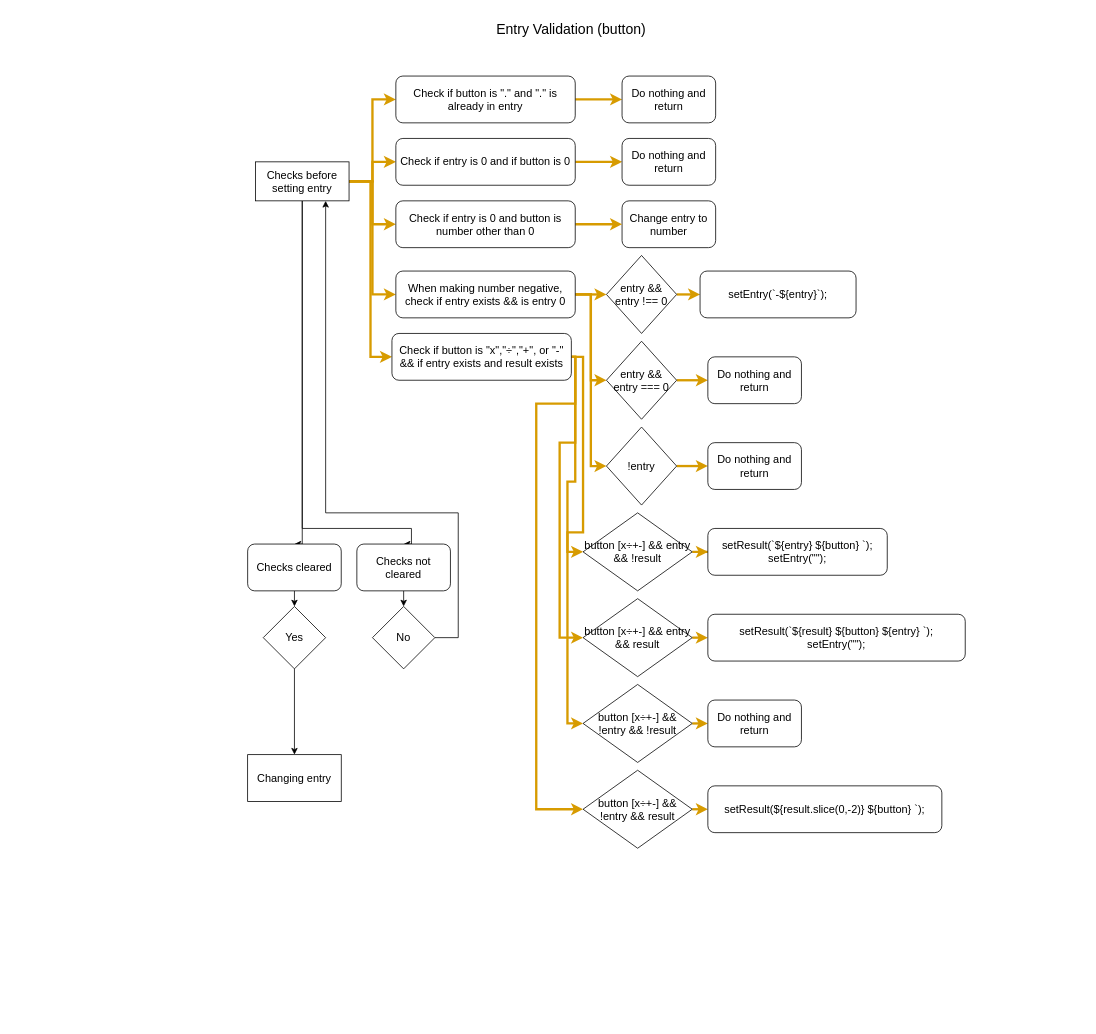
This is Reactive-Calculator-Diagram.drawio from Joeseff6/Reactive-Calculator, a draw.io file, before an edit. Source tidied: cells renumbered, new cells numbered last; positions are measured from the earlier drawing's top-left corner, leaving out a move shared by most shapes. Both pictures are drawn from the tidied source at 78%, with x=0, y=0 at pixel (247, 13).
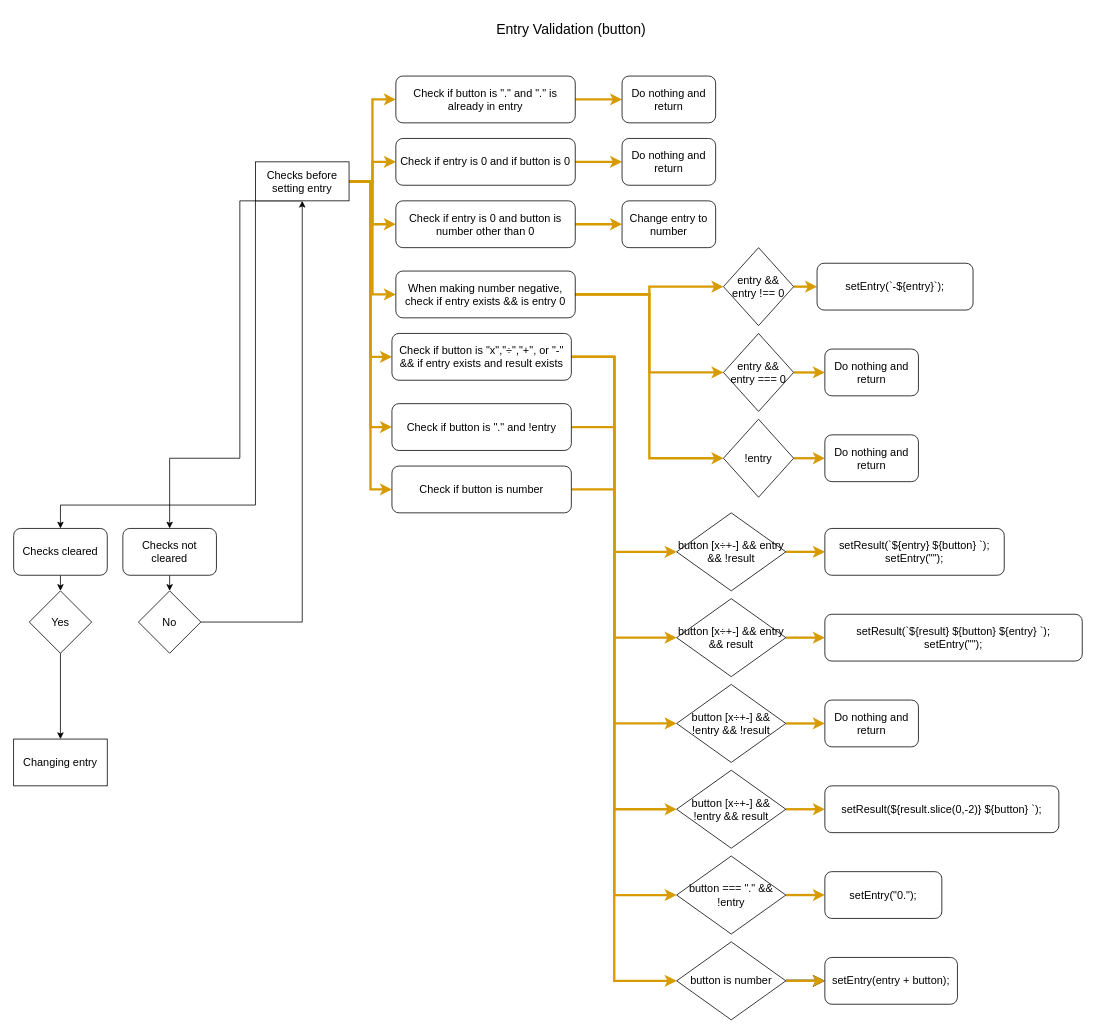
The same diagram, later.

Unchanged cells that the change refers to:
```xml
<mxCell id="10" value="Checks before setting entry" style="rounded=0;whiteSpace=wrap;html=1;fontSize=14;" parent="1" vertex="1">
  <mxGeometry x="10" y="190" width="120" height="50" as="geometry" />
</mxCell>
<mxCell id="46" value="Check if button is &quot;x&quot;,&quot;÷&quot;,&quot;+&quot;, or &quot;-&quot; &amp;amp;&amp;amp; if entry exists and result exists" style="rounded=1;whiteSpace=wrap;html=1;fontSize=14;" parent="1" vertex="1">
  <mxGeometry x="185" y="410" width="230" height="60" as="geometry" />
</mxCell>
```

The edit, as a diff of the source:
```diff
@@
     <mxCell id="7" style="edgeStyle=orthogonalEdgeStyle;rounded=0;jettySize=auto;html=1;entryX=0.5;entryY=0;entryDx=0;entryDy=0;fontSize=14;" parent="1" edge="1" source="10" target="34">
       <mxGeometry relative="1" as="geometry">
         <Array as="points">
-          <mxPoint x="70" y="680" />
+          <mxPoint x="10" y="630" />
+          <mxPoint x="-240" y="630" />
         </Array>
       </mxGeometry>
     </mxCell>
     <mxCell id="8" style="edgeStyle=orthogonalEdgeStyle;rounded=0;jettySize=auto;html=1;exitX=0.5;exitY=1;exitDx=0;exitDy=0;entryX=0.5;entryY=0;entryDx=0;entryDy=0;fontSize=14;" parent="1" edge="1" source="10" target="36">
       <mxGeometry relative="1" as="geometry">
         <Array as="points">
-          <mxPoint x="70" y="660" />
-          <mxPoint x="210" y="660" />
-          <mxPoint x="210" y="680" />
+          <mxPoint x="-10" y="240" />
+          <mxPoint x="-10" y="570" />
+          <mxPoint x="-100" y="570" />
         </Array>
       </mxGeometry>
     </mxCell>
@@
+    <mxCell id="59" style="edgeStyle=orthogonalEdgeStyle;rounded=0;jettySize=auto;html=1;exitX=1;exitY=0.5;exitDx=0;exitDy=0;entryX=0;entryY=0.5;entryDx=0;entryDy=0;fontSize=14;strokeWidth=3;fillColor=#ffe6cc;strokeColor=#d79b00;" parent="1" edge="1" source="10" target="62">
+      <mxGeometry relative="1" as="geometry" />
+    </mxCell>
+    <mxCell id="60" style="edgeStyle=orthogonalEdgeStyle;rounded=0;jettySize=auto;html=1;exitX=1;exitY=0.5;exitDx=0;exitDy=0;entryX=0;entryY=0.5;entryDx=0;entryDy=0;fontSize=14;strokeWidth=3;fillColor=#ffe6cc;strokeColor=#d79b00;" parent="1" edge="1" source="10" target="67">
+      <mxGeometry relative="1" as="geometry" />
+    </mxCell>
@@
     <mxCell id="19" value="entry &amp;amp;&amp;amp; entry !== 0" style="rhombus;whiteSpace=wrap;html=1;fontSize=14;" parent="1" vertex="1">
-      <mxGeometry x="460" y="310" width="90" height="100" as="geometry" />
+      <mxGeometry x="610" y="300" width="90" height="100" as="geometry" />
     </mxCell>
@@
     <mxCell id="27" value="entry &amp;amp;&amp;amp; entry === 0" style="rhombus;whiteSpace=wrap;html=1;fontSize=14;" parent="1" vertex="1">
-      <mxGeometry x="460" y="420" width="90" height="100" as="geometry" />
+      <mxGeometry x="610" y="410" width="90" height="100" as="geometry" />
     </mxCell>
     <mxCell id="28" value="setEntry(`-${entry}`);" style="rounded=1;whiteSpace=wrap;html=1;fontSize=14;" parent="1" vertex="1">
-      <mxGeometry x="580" y="330" width="200" height="60" as="geometry" />
+      <mxGeometry x="730" y="320" width="200" height="60" as="geometry" />
     </mxCell>
     <mxCell id="29" value="Do nothing and return" style="rounded=1;whiteSpace=wrap;html=1;fontSize=14;" parent="1" vertex="1">
-      <mxGeometry x="590" y="440" width="120" height="60" as="geometry" />
+      <mxGeometry x="740" y="430" width="120" height="60" as="geometry" />
     </mxCell>
@@
     <mxCell id="31" value="!entry" style="rhombus;whiteSpace=wrap;html=1;fontSize=14;" parent="1" vertex="1">
-      <mxGeometry x="460" y="530" width="90" height="100" as="geometry" />
+      <mxGeometry x="610" y="520" width="90" height="100" as="geometry" />
     </mxCell>
     <mxCell id="32" value="Do nothing and return" style="rounded=1;whiteSpace=wrap;html=1;fontSize=14;" parent="1" vertex="1">
-      <mxGeometry x="590" y="550" width="120" height="60" as="geometry" />
+      <mxGeometry x="740" y="540" width="120" height="60" as="geometry" />
     </mxCell>
@@
     <mxCell id="34" value="Checks cleared" style="rounded=1;whiteSpace=wrap;html=1;fontSize=14;" parent="1" vertex="1">
-      <mxGeometry y="680" width="120" height="60" as="geometry" />
+      <mxGeometry x="-300" y="660" width="120" height="60" as="geometry" />
     </mxCell>
@@
     <mxCell id="36" value="Checks not cleared" style="rounded=1;whiteSpace=wrap;html=1;fontSize=14;" parent="1" vertex="1">
-      <mxGeometry x="140" y="680" width="120" height="60" as="geometry" />
+      <mxGeometry x="-160" y="660" width="120" height="60" as="geometry" />
     </mxCell>
@@
     <mxCell id="38" value="Yes" style="rhombus;whiteSpace=wrap;html=1;fontSize=14;" parent="1" vertex="1">
-      <mxGeometry x="20" y="760" width="80" height="80" as="geometry" />
+      <mxGeometry x="-280" y="740" width="80" height="80" as="geometry" />
     </mxCell>
-    <mxCell id="39" style="edgeStyle=orthogonalEdgeStyle;rounded=0;jettySize=auto;html=1;exitX=1;exitY=0.5;exitDx=0;exitDy=0;entryX=0.75;entryY=1;entryDx=0;entryDy=0;fontSize=14;" parent="1" edge="1" source="40" target="10">
-      <mxGeometry relative="1" as="geometry">
-        <Array as="points">
-          <mxPoint x="270" y="800" />
-          <mxPoint x="270" y="640" />
-          <mxPoint x="100" y="640" />
-        </Array>
-      </mxGeometry>
+    <mxCell id="39" style="edgeStyle=orthogonalEdgeStyle;rounded=0;jettySize=auto;html=1;exitX=1;exitY=0.5;exitDx=0;exitDy=0;entryX=0.5;entryY=1;entryDx=0;entryDy=0;fontSize=14;strokeWidth=1;" parent="1" edge="1" source="40" target="10">
+      <mxGeometry relative="1" as="geometry" />
     </mxCell>
     <mxCell id="40" value="No" style="rhombus;whiteSpace=wrap;html=1;fontSize=14;" parent="1" vertex="1">
-      <mxGeometry x="160" y="760" width="80" height="80" as="geometry" />
+      <mxGeometry x="-140" y="740" width="80" height="80" as="geometry" />
     </mxCell>
     <mxCell id="41" value="Changing entry" style="rounded=0;whiteSpace=wrap;html=1;fontSize=14;" parent="1" vertex="1">
-      <mxGeometry y="950" width="120" height="60" as="geometry" />
+      <mxGeometry x="-300" y="930" width="120" height="60" as="geometry" />
     </mxCell>
     <mxCell id="42" style="edgeStyle=orthogonalEdgeStyle;rounded=0;jettySize=auto;html=1;exitX=1;exitY=0.5;exitDx=0;exitDy=0;entryX=0;entryY=0.5;entryDx=0;entryDy=0;fontSize=14;strokeWidth=3;fillColor=#ffe6cc;strokeColor=#d79b00;" parent="1" edge="1" source="46" target="48">
       <mxGeometry relative="1" as="geometry">
         <Array as="points">
-          <mxPoint x="420" y="440" />
-          <mxPoint x="420" y="600" />
-          <mxPoint x="410" y="600" />
-          <mxPoint x="410" y="690" />
+          <mxPoint x="470" y="440" />
+          <mxPoint x="470" y="690" />
         </Array>
       </mxGeometry>
     </mxCell>
     <mxCell id="43" style="edgeStyle=orthogonalEdgeStyle;rounded=0;jettySize=auto;html=1;exitX=1;exitY=0.5;exitDx=0;exitDy=0;entryX=0;entryY=0.5;entryDx=0;entryDy=0;fontSize=14;strokeWidth=3;fillColor=#ffe6cc;strokeColor=#d79b00;" parent="1" edge="1" source="46" target="51">
       <mxGeometry relative="1" as="geometry">
         <Array as="points">
-          <mxPoint x="420" y="440" />
-          <mxPoint x="420" y="550" />
-          <mxPoint x="400" y="550" />
-          <mxPoint x="400" y="800" />
+          <mxPoint x="470" y="440" />
+          <mxPoint x="470" y="800" />
         </Array>
       </mxGeometry>
     </mxCell>
     <mxCell id="44" style="edgeStyle=orthogonalEdgeStyle;rounded=0;jettySize=auto;html=1;exitX=1;exitY=0.5;exitDx=0;exitDy=0;entryX=0;entryY=0.5;entryDx=0;entryDy=0;fontSize=14;strokeWidth=3;fillColor=#ffe6cc;strokeColor=#d79b00;" parent="1" edge="1" source="46" target="54">
       <mxGeometry relative="1" as="geometry">
         <Array as="points">
-          <mxPoint x="430" y="440" />
-          <mxPoint x="430" y="665" />
-          <mxPoint x="410" y="665" />
-          <mxPoint x="410" y="910" />
+          <mxPoint x="470" y="440" />
+          <mxPoint x="470" y="910" />
         </Array>
       </mxGeometry>
     </mxCell>
     <mxCell id="45" style="edgeStyle=orthogonalEdgeStyle;rounded=0;jettySize=auto;html=1;exitX=1;exitY=0.5;exitDx=0;exitDy=0;entryX=0;entryY=0.5;entryDx=0;entryDy=0;fontSize=14;strokeWidth=3;fillColor=#ffe6cc;strokeColor=#d79b00;" parent="1" edge="1" source="46" target="57">
       <mxGeometry relative="1" as="geometry">
         <Array as="points">
-          <mxPoint x="420" y="440" />
-          <mxPoint x="420" y="500" />
-          <mxPoint x="370" y="500" />
-          <mxPoint x="370" y="1020" />
+          <mxPoint x="470" y="440" />
+          <mxPoint x="470" y="1020" />
         </Array>
       </mxGeometry>
     </mxCell>
@@
-    <mxCell id="47" style="edgeStyle=orthogonalEdgeStyle;rounded=0;jettySize=auto;html=1;exitX=1;exitY=0.5;exitDx=0;exitDy=0;fontSize=14;strokeWidth=3;fillColor=#ffe6cc;strokeColor=#d79b00;" parent="1" edge="1" source="48" target="49">
+    <mxCell id="47" style="edgeStyle=orthogonalEdgeStyle;rounded=0;jettySize=auto;html=1;exitX=1;exitY=0.5;exitDx=0;exitDy=0;entryX=0;entryY=0.5;entryDx=0;entryDy=0;fontSize=14;strokeWidth=3;fillColor=#ffe6cc;strokeColor=#d79b00;" parent="1" edge="1" source="48" target="49">
       <mxGeometry relative="1" as="geometry" />
     </mxCell>
     <mxCell id="48" value="button [x÷+-] &amp;amp;&amp;amp; entry &amp;amp;&amp;amp; !result" style="rhombus;whiteSpace=wrap;html=1;fontSize=14;" parent="1" vertex="1">
-      <mxGeometry x="430" y="640" width="140" height="100" as="geometry" />
+      <mxGeometry x="550" y="640" width="140" height="100" as="geometry" />
     </mxCell>
     <mxCell id="49" value="setResult(`${entry} ${button} `);&lt;br&gt;setEntry(&quot;&quot;);" style="rounded=1;whiteSpace=wrap;html=1;fontSize=14;" parent="1" vertex="1">
-      <mxGeometry x="590" y="660" width="230" height="60" as="geometry" />
+      <mxGeometry x="740" y="660" width="230" height="60" as="geometry" />
     </mxCell>
@@
     <mxCell id="51" value="button [x÷+-] &amp;amp;&amp;amp; entry &amp;amp;&amp;amp; result" style="rhombus;whiteSpace=wrap;html=1;fontSize=14;" parent="1" vertex="1">
-      <mxGeometry x="430" y="750" width="140" height="100" as="geometry" />
+      <mxGeometry x="550" y="750" width="140" height="100" as="geometry" />
     </mxCell>
     <mxCell id="52" value="setResult(`${result} ${button} ${entry} `);&lt;br&gt;setEntry(&quot;&quot;);" style="rounded=1;whiteSpace=wrap;html=1;fontSize=14;" parent="1" vertex="1">
-      <mxGeometry x="590" y="770" width="330" height="60" as="geometry" />
+      <mxGeometry x="740" y="770" width="330" height="60" as="geometry" />
     </mxCell>
@@
     <mxCell id="54" value="button [x÷+-] &amp;amp;&amp;amp; !entry &amp;amp;&amp;amp; !result" style="rhombus;whiteSpace=wrap;html=1;fontSize=14;" parent="1" vertex="1">
-      <mxGeometry x="430" y="860" width="140" height="100" as="geometry" />
+      <mxGeometry x="550" y="860" width="140" height="100" as="geometry" />
     </mxCell>
     <mxCell id="55" value="Do nothing and return" style="rounded=1;whiteSpace=wrap;html=1;fontSize=14;" parent="1" vertex="1">
-      <mxGeometry x="590" y="880" width="120" height="60" as="geometry" />
+      <mxGeometry x="740" y="880" width="120" height="60" as="geometry" />
     </mxCell>
@@
     <mxCell id="57" value="button [x÷+-] &amp;amp;&amp;amp; !entry &amp;amp;&amp;amp; result" style="rhombus;whiteSpace=wrap;html=1;fontSize=14;" parent="1" vertex="1">
-      <mxGeometry x="430" y="970" width="140" height="100" as="geometry" />
+      <mxGeometry x="550" y="970" width="140" height="100" as="geometry" />
     </mxCell>
     <mxCell id="58" value="setResult(${result.slice(0,-2)} ${button} `);" style="rounded=1;whiteSpace=wrap;html=1;fontSize=14;" parent="1" vertex="1">
-      <mxGeometry x="590" y="990" width="300" height="60" as="geometry" />
+      <mxGeometry x="740" y="990" width="300" height="60" as="geometry" />
     </mxCell>
+    <mxCell id="61" style="edgeStyle=orthogonalEdgeStyle;rounded=0;jettySize=auto;html=1;exitX=1;exitY=0.5;exitDx=0;exitDy=0;entryX=0;entryY=0.5;entryDx=0;entryDy=0;fontSize=14;strokeWidth=3;fillColor=#ffe6cc;strokeColor=#d79b00;" parent="1" edge="1" source="62" target="64">
+      <mxGeometry relative="1" as="geometry">
+        <Array as="points">
+          <mxPoint x="470" y="530" />
+          <mxPoint x="470" y="1130" />
+        </Array>
+      </mxGeometry>
+    </mxCell>
+    <mxCell id="62" value="Check if button is &quot;.&quot; and !entry" style="rounded=1;whiteSpace=wrap;html=1;fontSize=14;" parent="1" vertex="1">
+      <mxGeometry x="185" y="500" width="230" height="60" as="geometry" />
+    </mxCell>
+    <mxCell id="63" style="edgeStyle=orthogonalEdgeStyle;rounded=0;jettySize=auto;html=1;exitX=1;exitY=0.5;exitDx=0;exitDy=0;entryX=0;entryY=0.5;entryDx=0;entryDy=0;fontSize=14;strokeWidth=3;fillColor=#ffe6cc;strokeColor=#d79b00;" parent="1" edge="1" source="64" target="65">
+      <mxGeometry relative="1" as="geometry" />
+    </mxCell>
+    <mxCell id="64" value="button === &quot;.&quot; &amp;amp;&amp;amp; !entry" style="rhombus;whiteSpace=wrap;html=1;fontSize=14;" parent="1" vertex="1">
+      <mxGeometry x="550" y="1080" width="140" height="100" as="geometry" />
+    </mxCell>
+    <mxCell id="65" value="setEntry(&quot;0.&quot;);" style="rounded=1;whiteSpace=wrap;html=1;fontSize=14;" parent="1" vertex="1">
+      <mxGeometry x="740" y="1100" width="150" height="60" as="geometry" />
+    </mxCell>
+    <mxCell id="66" style="edgeStyle=orthogonalEdgeStyle;rounded=0;jettySize=auto;html=1;exitX=1;exitY=0.5;exitDx=0;exitDy=0;fontSize=14;strokeWidth=3;entryX=0;entryY=0.5;entryDx=0;entryDy=0;fillColor=#ffe6cc;strokeColor=#d79b00;" parent="1" edge="1" source="67" target="70">
+      <mxGeometry relative="1" as="geometry">
+        <Array as="points">
+          <mxPoint x="470" y="610" />
+          <mxPoint x="470" y="1240" />
+        </Array>
+      </mxGeometry>
+    </mxCell>
+    <mxCell id="67" value="Check if button is number" style="rounded=1;whiteSpace=wrap;html=1;fontSize=14;" parent="1" vertex="1">
+      <mxGeometry x="185" y="580" width="230" height="60" as="geometry" />
+    </mxCell>
+    <mxCell id="68" style="edgeStyle=orthogonalEdgeStyle;rounded=0;jettySize=auto;html=1;exitX=1;exitY=0.5;exitDx=0;exitDy=0;fontSize=14;strokeWidth=3;entryX=0;entryY=0.5;entryDx=0;entryDy=0;" parent="1" edge="1" source="70" target="71">
+      <mxGeometry relative="1" as="geometry" />
+    </mxCell>
+    <mxCell id="69" style="edgeStyle=orthogonalEdgeStyle;rounded=0;jettySize=auto;html=1;fontSize=14;strokeWidth=3;fillColor=#ffe6cc;strokeColor=#d79b00;" parent="1" edge="1" source="70" target="71">
+      <mxGeometry relative="1" as="geometry" />
+    </mxCell>
+    <mxCell id="70" value="button is number" style="rhombus;whiteSpace=wrap;html=1;fontSize=14;" parent="1" vertex="1">
+      <mxGeometry x="550" y="1190" width="140" height="100" as="geometry" />
+    </mxCell>
+    <mxCell id="71" value="setEntry(entry + button);" style="rounded=1;whiteSpace=wrap;html=1;fontSize=14;" parent="1" vertex="1">
+      <mxGeometry x="740" y="1210" width="170" height="60" as="geometry" />
+    </mxCell>
```
